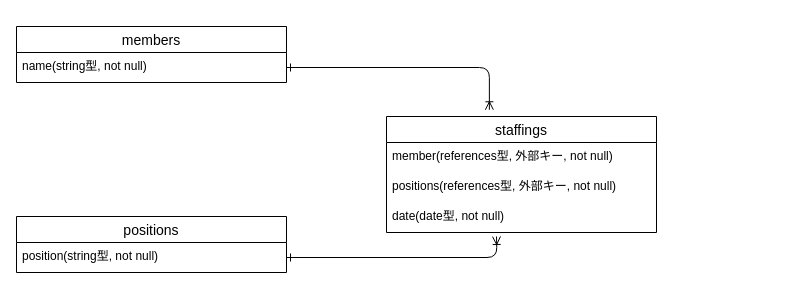
The draw.io diagram page "DB設計図" (1 of 2) of staffing.dio in kmt0224/staffing_app, before the edit. Source tidied: cells renumbered, new cells numbered last; positions are measured from the earlier drawing's top-left corner, leaving out a move shared by most shapes. Both pictures are drawn from the tidied source at 100%, with x=0, y=0 at pixel (16, 26).
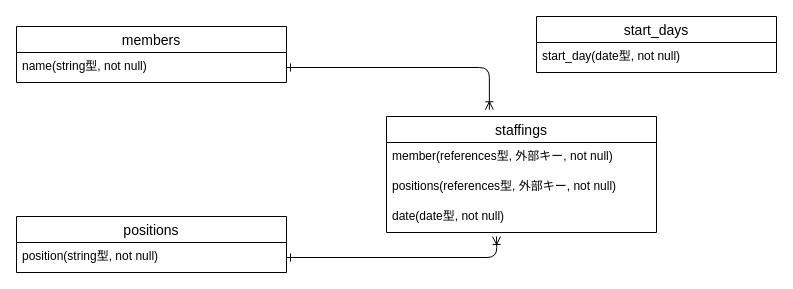
The same page after the edit.

Change to the diagram source:
```diff
@@
 <mxGraphModel>
   <root>
     <mxCell id="0" />
     <mxCell id="1" parent="0" />
     <mxCell id="2" value="members" style="swimlane;fontStyle=0;horizontal=1;startSize=26;align=center;fontSize=14;" parent="1" vertex="1">
       <mxGeometry width="270" height="56" as="geometry" />
     </mxCell>
     <mxCell id="3" value="name(string型, not null)&#10; " style="text;strokeColor=none;fillColor=none;spacingLeft=4;spacingRight=4;overflow=hidden;points=[[0,0.5],[1,0.5]];portConstraint=eastwest;fontSize=12;" parent="2" vertex="1">
       <mxGeometry y="26" width="270" height="30" as="geometry" />
     </mxCell>
     <mxCell id="4" value="positions" style="swimlane;fontStyle=0;horizontal=1;startSize=26;align=center;fontSize=14;" parent="1" vertex="1">
       <mxGeometry y="190" width="270" height="56" as="geometry" />
     </mxCell>
     <mxCell id="5" value="position(string型, not null)&#10;" style="text;strokeColor=none;fillColor=none;spacingLeft=4;spacingRight=4;overflow=hidden;points=[[0,0.5],[1,0.5]];portConstraint=eastwest;fontSize=12;" parent="4" vertex="1">
       <mxGeometry y="26" width="270" height="30" as="geometry" />
     </mxCell>
     <mxCell id="6" value="staffings" style="swimlane;fontStyle=0;horizontal=1;startSize=26;align=center;fontSize=14;" parent="1" vertex="1">
       <mxGeometry x="370" y="90" width="270" height="116" as="geometry" />
     </mxCell>
     <mxCell id="7" value="member(references型, 外部キー, not null)" style="text;strokeColor=none;fillColor=none;spacingLeft=4;spacingRight=4;overflow=hidden;fontSize=12;" parent="6" vertex="1">
       <mxGeometry y="26" width="270" height="30" as="geometry" />
     </mxCell>
     <mxCell id="8" value="positions(references型, 外部キー, not null)" style="text;strokeColor=none;fillColor=none;spacingLeft=4;spacingRight=4;overflow=hidden;fontSize=12;" parent="6" vertex="1">
       <mxGeometry y="56" width="270" height="30" as="geometry" />
     </mxCell>
     <mxCell id="9" value="date(date型, not null)" style="text;strokeColor=none;fillColor=none;spacingLeft=4;spacingRight=4;overflow=hidden;fontSize=12;shadow=0;" parent="6" vertex="1">
       <mxGeometry y="86" width="270" height="30" as="geometry" />
     </mxCell>
     <mxCell id="10" style="edgeStyle=orthogonalEdgeStyle;html=1;exitX=1;exitY=0.5;exitDx=0;exitDy=0;entryX=0.381;entryY=-0.058;entryDx=0;entryDy=0;entryPerimeter=0;endArrow=ERoneToMany;endFill=0;startArrow=ERone;startFill=0;" parent="1" edge="1" source="3" target="6">
       <mxGeometry relative="1" as="geometry" />
     </mxCell>
     <mxCell id="11" style="edgeStyle=orthogonalEdgeStyle;html=1;endArrow=ERoneToMany;endFill=0;startArrow=ERone;startFill=0;" parent="1" edge="1" source="5">
       <mxGeometry relative="1" as="geometry">
         <mxPoint x="480" y="210" as="targetPoint" />
       </mxGeometry>
     </mxCell>
+    <mxCell id="12" value="start_days" style="swimlane;fontStyle=0;horizontal=1;startSize=26;align=center;fontSize=14;" parent="1" vertex="1">
+      <mxGeometry x="520" y="-10" width="240" height="56" as="geometry" />
+    </mxCell>
+    <mxCell id="13" value="start_day(date型, not null)&#10; " style="text;strokeColor=none;fillColor=none;spacingLeft=4;spacingRight=4;overflow=hidden;fontSize=12;" parent="12" vertex="1">
+      <mxGeometry y="26" width="240" height="30" as="geometry" />
+    </mxCell>
   </root>
 </mxGraphModel>
```
